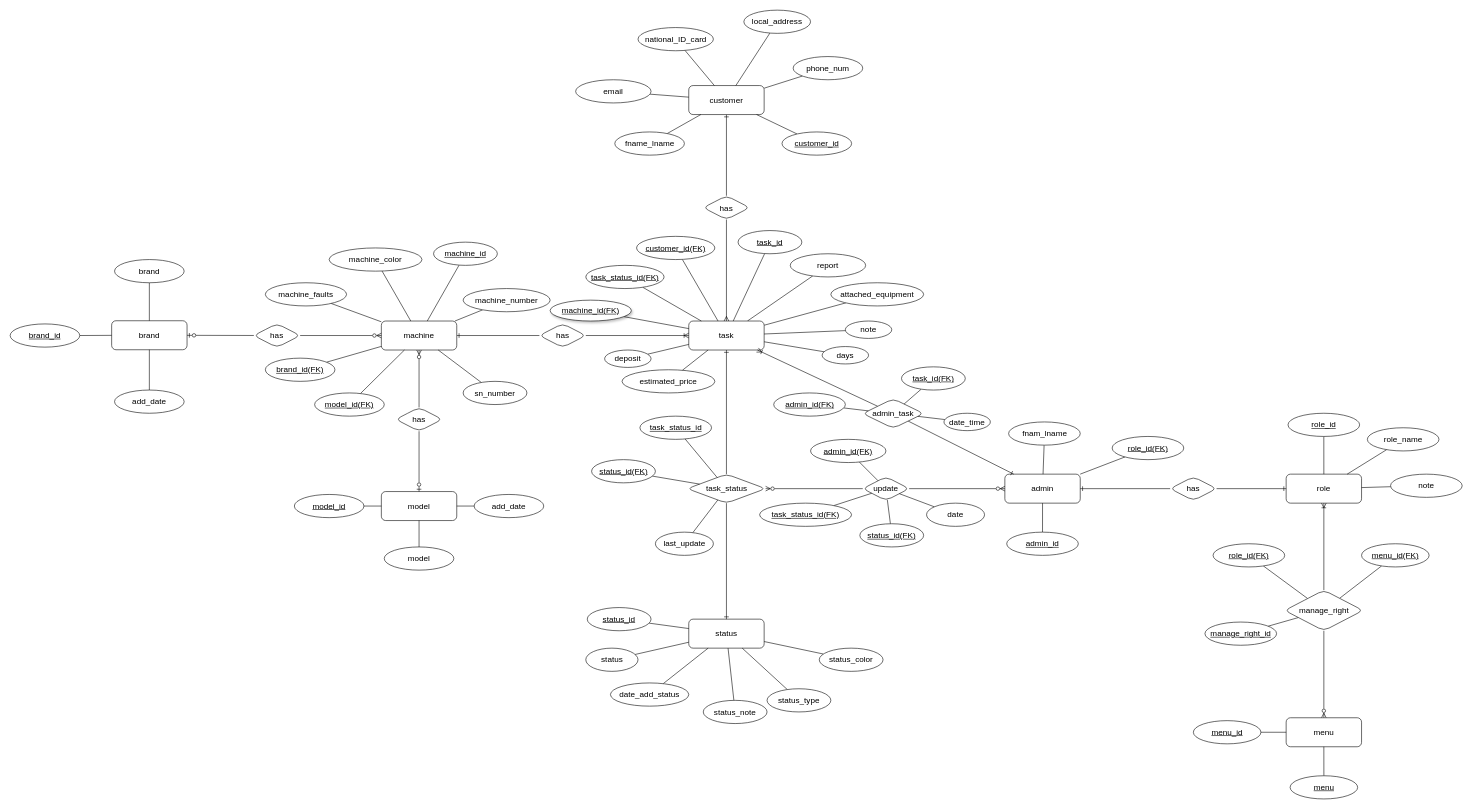
Roseedee/MAINTENANCE-SYSTEM keeps this draw.io diagram as db_design/ERD.drawio. Above is the earlier version. Source tidied: cells renumbered, new cells numbered last; positions are measured from the earlier drawing's top-left corner, leaving out a move shared by most shapes. Both pictures are drawn from the tidied source at 58%, with x=0, y=0 at pixel (10, 10).
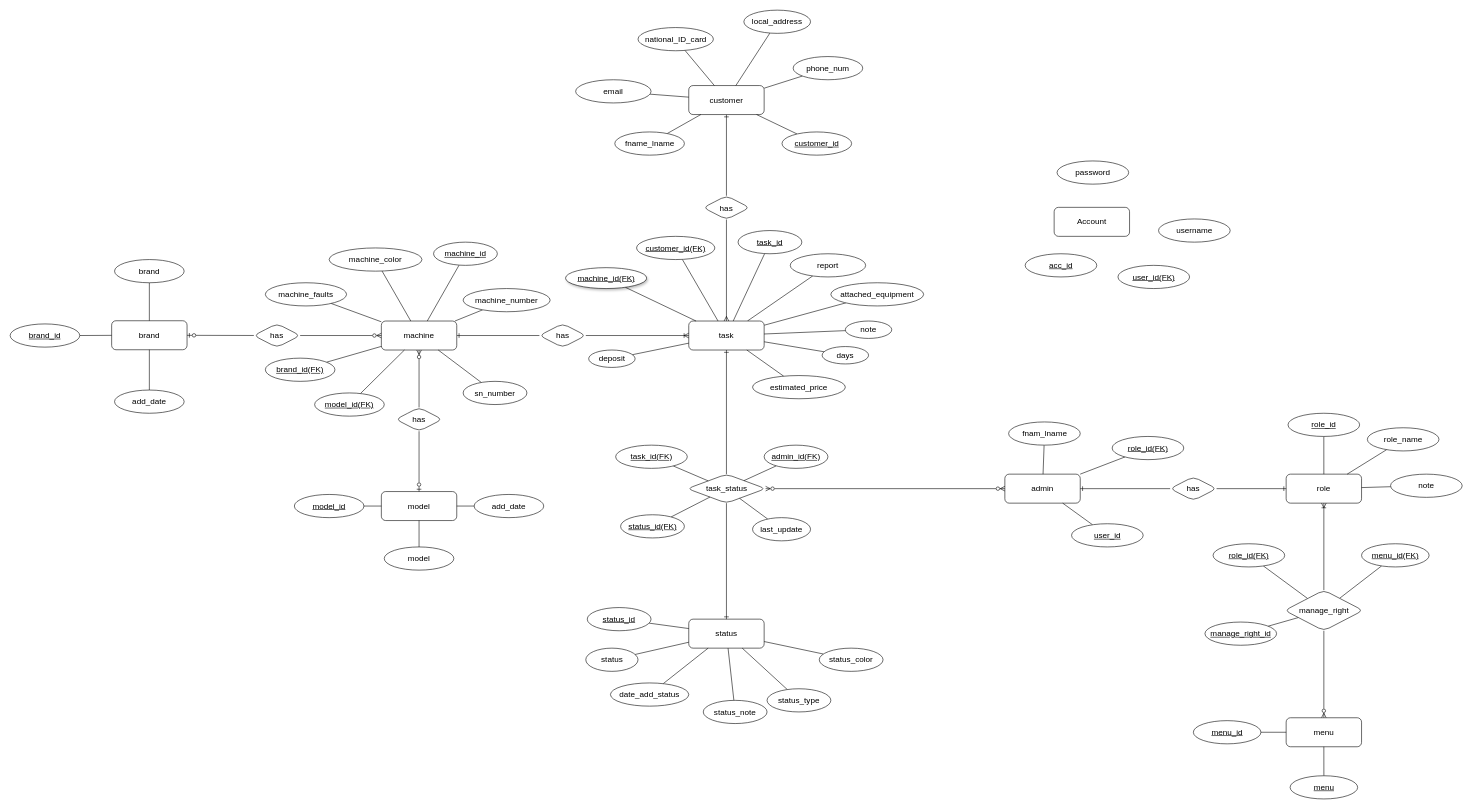
After the change.

The change refers to these unchanged cells:
```xml
<mxCell id="29" value="task" style="rounded=1;whiteSpace=wrap;html=1;fontSize=14;" parent="1" vertex="1">
  <mxGeometry x="1170" y="536" width="130" height="50" as="geometry" />
</mxCell>
<mxCell id="50" value="task_status" style="rhombus;whiteSpace=wrap;html=1;fontSize=14;rounded=1;" parent="1" vertex="1">
  <mxGeometry x="1167.5" y="800" width="135" height="50" as="geometry" />
</mxCell>
<mxCell id="77" value="admin" style="rounded=1;whiteSpace=wrap;html=1;fontSize=14;" parent="1" vertex="1">
  <mxGeometry x="1715" y="800" width="130" height="50" as="geometry" />
</mxCell>
```

Diff of the diagram source:
```diff
@@
     <mxCell id="45" value="machine_id(FK)" style="ellipse;whiteSpace=wrap;html=1;fontSize=14;fontStyle=4;shadow=1;" parent="1" vertex="1">
-      <mxGeometry x="931" y="500" width="140" height="36" as="geometry" />
+      <mxGeometry x="957.5" y="444" width="140" height="36" as="geometry" />
     </mxCell>
@@
     <mxCell id="47" value="estimated_price" style="ellipse;whiteSpace=wrap;html=1;fontSize=14;" parent="1" vertex="1">
-      <mxGeometry x="1055" y="620" width="160" height="40" as="geometry" />
+      <mxGeometry x="1280" y="630" width="160" height="40" as="geometry" />
     </mxCell>
@@
     <mxCell id="56" value="status_id(FK)" style="ellipse;whiteSpace=wrap;html=1;fontSize=14;fontStyle=4;" parent="1" vertex="1">
-      <mxGeometry x="1002.5" y="775" width="110" height="40" as="geometry" />
+      <mxGeometry x="1052.5" y="870" width="110" height="40" as="geometry" />
     </mxCell>
-    <mxCell id="57" style="edgeStyle=none;rounded=0;jettySize=auto;html=1;endArrow=none;endFill=0;" parent="1" edge="1" source="58" target="29">
-      <mxGeometry relative="1" as="geometry" />
-    </mxCell>
-    <mxCell id="58" value="task_status_id(FK)" style="ellipse;whiteSpace=wrap;html=1;fontSize=14;fontStyle=4;" parent="1" vertex="1">
-      <mxGeometry x="992.5" y="440" width="135" height="40" as="geometry" />
-    </mxCell>
@@
-    <mxCell id="60" value="task_status_id" style="ellipse;whiteSpace=wrap;html=1;fontSize=14;fontStyle=4;" parent="1" vertex="1">
-      <mxGeometry x="1085.8" y="700" width="123.5" height="40" as="geometry" />
+    <mxCell id="60" value="task_id(FK)" style="ellipse;whiteSpace=wrap;html=1;fontSize=14;fontStyle=4;" parent="1" vertex="1">
+      <mxGeometry x="1044" y="750" width="123.5" height="40" as="geometry" />
     </mxCell>
@@
     <mxCell id="72" value="last_update" style="ellipse;whiteSpace=wrap;html=1;fontSize=14;fontStyle=0;" parent="1" vertex="1">
-      <mxGeometry x="1112.5" y="900" width="100" height="40" as="geometry" />
+      <mxGeometry x="1280" y="875" width="100" height="40" as="geometry" />
     </mxCell>
@@
     <mxCell id="74" value="deposit" style="ellipse;whiteSpace=wrap;html=1;fontSize=14;" parent="1" vertex="1">
-      <mxGeometry x="1025" y="586" width="80" height="30" as="geometry" />
+      <mxGeometry x="997.5" y="586" width="80" height="30" as="geometry" />
     </mxCell>
@@
-    <mxCell id="78" style="edgeStyle=none;rounded=0;jettySize=auto;html=1;endArrow=none;endFill=0;" parent="1" edge="1" source="79" target="86">
-      <mxGeometry relative="1" as="geometry" />
-    </mxCell>
-    <mxCell id="79" value="admin_id(FK)" style="ellipse;whiteSpace=wrap;html=1;fontSize=14;fontStyle=4;" parent="1" vertex="1">
-      <mxGeometry x="1380" y="740" width="130" height="40" as="geometry" />
-    </mxCell>
@@
-    <mxCell id="81" value="admin_id" style="ellipse;whiteSpace=wrap;html=1;fontSize=14;fontStyle=4;" parent="1" vertex="1">
-      <mxGeometry x="1718.2" y="900" width="123.5" height="40" as="geometry" />
+    <mxCell id="81" value="user_id" style="ellipse;whiteSpace=wrap;html=1;fontSize=14;fontStyle=4;" parent="1" vertex="1">
+      <mxGeometry x="1830" y="885.5" width="123.5" height="40" as="geometry" />
     </mxCell>
@@
-    <mxCell id="84" style="edgeStyle=none;rounded=0;jettySize=auto;html=1;endArrow=ERzeroToMany;endFill=0;" parent="1" edge="1" source="86" target="77">
-      <mxGeometry relative="1" as="geometry" />
-    </mxCell>
-    <mxCell id="85" style="edgeStyle=none;rounded=0;jettySize=auto;html=1;endArrow=ERzeroToMany;endFill=0;" parent="1" edge="1" source="86" target="50">
+    <mxCell id="85" style="edgeStyle=none;rounded=0;jettySize=auto;html=1;endArrow=ERzeroToMany;endFill=0;startArrow=ERzeroToMany;startFill=0;" parent="1" edge="1" source="77" target="50">
       <mxGeometry relative="1" as="geometry" />
     </mxCell>
-    <mxCell id="86" value="update" style="rhombus;whiteSpace=wrap;html=1;fontSize=14;rounded=1;" parent="1" vertex="1">
-      <mxGeometry x="1470" y="804.5" width="80" height="41" as="geometry" />
-    </mxCell>
@@
-    <mxCell id="101" style="edgeStyle=none;rounded=0;jettySize=auto;html=1;endArrow=ERoneToMany;endFill=0;" parent="1" edge="1" source="103" target="29">
-      <mxGeometry relative="1" as="geometry" />
-    </mxCell>
-    <mxCell id="102" style="edgeStyle=none;rounded=0;jettySize=auto;html=1;endArrow=ERone;endFill=0;" parent="1" edge="1" source="103" target="77">
-      <mxGeometry relative="1" as="geometry" />
-    </mxCell>
-    <mxCell id="103" value="admin_task" style="rhombus;whiteSpace=wrap;html=1;fontSize=14;rounded=1;" parent="1" vertex="1">
-      <mxGeometry x="1470" y="670" width="105" height="51" as="geometry" />
-    </mxCell>
-    <mxCell id="104" style="edgeStyle=none;rounded=0;jettySize=auto;html=1;endArrow=none;endFill=0;" parent="1" edge="1" source="105" target="103">
-      <mxGeometry relative="1" as="geometry" />
-    </mxCell>
-    <mxCell id="105" value="task_id(FK)" style="ellipse;whiteSpace=wrap;html=1;fontSize=14;fontStyle=4;" parent="1" vertex="1">
-      <mxGeometry x="1536.8" y="615" width="110" height="40" as="geometry" />
-    </mxCell>
-    <mxCell id="106" style="edgeStyle=none;rounded=0;jettySize=auto;html=1;endArrow=none;endFill=0;" parent="1" edge="1" source="107" target="103">
-      <mxGeometry relative="1" as="geometry" />
-    </mxCell>
-    <mxCell id="107" value="admin_id(FK)" style="ellipse;whiteSpace=wrap;html=1;fontSize=14;fontStyle=4;" parent="1" vertex="1">
-      <mxGeometry x="1316.5" y="660" width="123.5" height="40" as="geometry" />
-    </mxCell>
-    <mxCell id="108" style="edgeStyle=none;rounded=0;jettySize=auto;html=1;endArrow=none;endFill=0;" parent="1" edge="1" source="109" target="103">
-      <mxGeometry relative="1" as="geometry" />
-    </mxCell>
-    <mxCell id="109" value="date_time" style="ellipse;whiteSpace=wrap;html=1;fontSize=14;" parent="1" vertex="1">
-      <mxGeometry x="1610" y="695" width="80" height="30" as="geometry" />
-    </mxCell>
-    <mxCell id="110" style="edgeStyle=none;rounded=0;jettySize=auto;html=1;endArrow=none;endFill=0;" parent="1" edge="1" source="111" target="86">
-      <mxGeometry relative="1" as="geometry" />
-    </mxCell>
-    <mxCell id="111" value="task_status_id(FK)" style="ellipse;whiteSpace=wrap;html=1;fontSize=14;fontStyle=4;" parent="1" vertex="1">
-      <mxGeometry x="1292.2" y="850" width="158.5" height="40" as="geometry" />
-    </mxCell>
-    <mxCell id="112" style="edgeStyle=none;rounded=0;jettySize=auto;html=1;endArrow=none;endFill=0;" parent="1" edge="1" source="113" target="86">
-      <mxGeometry relative="1" as="geometry" />
-    </mxCell>
-    <mxCell id="113" value="status_id(FK)" style="ellipse;whiteSpace=wrap;html=1;fontSize=14;fontStyle=4;" parent="1" vertex="1">
-      <mxGeometry x="1465" y="885.5" width="110" height="40" as="geometry" />
-    </mxCell>
-    <mxCell id="114" style="edgeStyle=none;rounded=0;jettySize=auto;html=1;endArrow=none;endFill=0;" parent="1" edge="1" source="115" target="86">
-      <mxGeometry relative="1" as="geometry" />
-    </mxCell>
-    <mxCell id="115" value="date" style="ellipse;whiteSpace=wrap;html=1;fontSize=14;fontStyle=0;" parent="1" vertex="1">
-      <mxGeometry x="1580" y="850" width="100" height="40" as="geometry" />
-    </mxCell>
@@
+    <mxCell id="150" style="rounded=0;jettySize=auto;html=1;endArrow=none;endFill=0;" parent="1" edge="1" source="151" target="50">
+      <mxGeometry relative="1" as="geometry" />
+    </mxCell>
+    <mxCell id="151" value="admin_id(FK)" style="ellipse;whiteSpace=wrap;html=1;fontSize=14;fontStyle=4;" parent="1" vertex="1">
+      <mxGeometry x="1300" y="750" width="110" height="40" as="geometry" />
+    </mxCell>
+    <mxCell id="152" value="Account" style="rounded=1;whiteSpace=wrap;html=1;fontSize=14;" parent="1" vertex="1">
+      <mxGeometry x="1800" y="340" width="130" height="50" as="geometry" />
+    </mxCell>
+    <mxCell id="153" value="acc_id" style="ellipse;whiteSpace=wrap;html=1;fontSize=14;fontStyle=4;" parent="1" vertex="1">
+      <mxGeometry x="1750" y="420" width="123.5" height="40" as="geometry" />
+    </mxCell>
+    <mxCell id="154" value="username" style="ellipse;whiteSpace=wrap;html=1;fontSize=14;fontStyle=0;" parent="1" vertex="1">
+      <mxGeometry x="1980" y="360" width="123.5" height="40" as="geometry" />
+    </mxCell>
+    <mxCell id="155" value="password" style="ellipse;whiteSpace=wrap;html=1;fontSize=14;fontStyle=0;" parent="1" vertex="1">
+      <mxGeometry x="1805" y="260" width="123.5" height="40" as="geometry" />
+    </mxCell>
+    <mxCell id="156" value="user_id(FK)" style="ellipse;whiteSpace=wrap;html=1;fontSize=14;fontStyle=4;" parent="1" vertex="1">
+      <mxGeometry x="1910" y="440" width="123.5" height="40" as="geometry" />
+    </mxCell>
```
